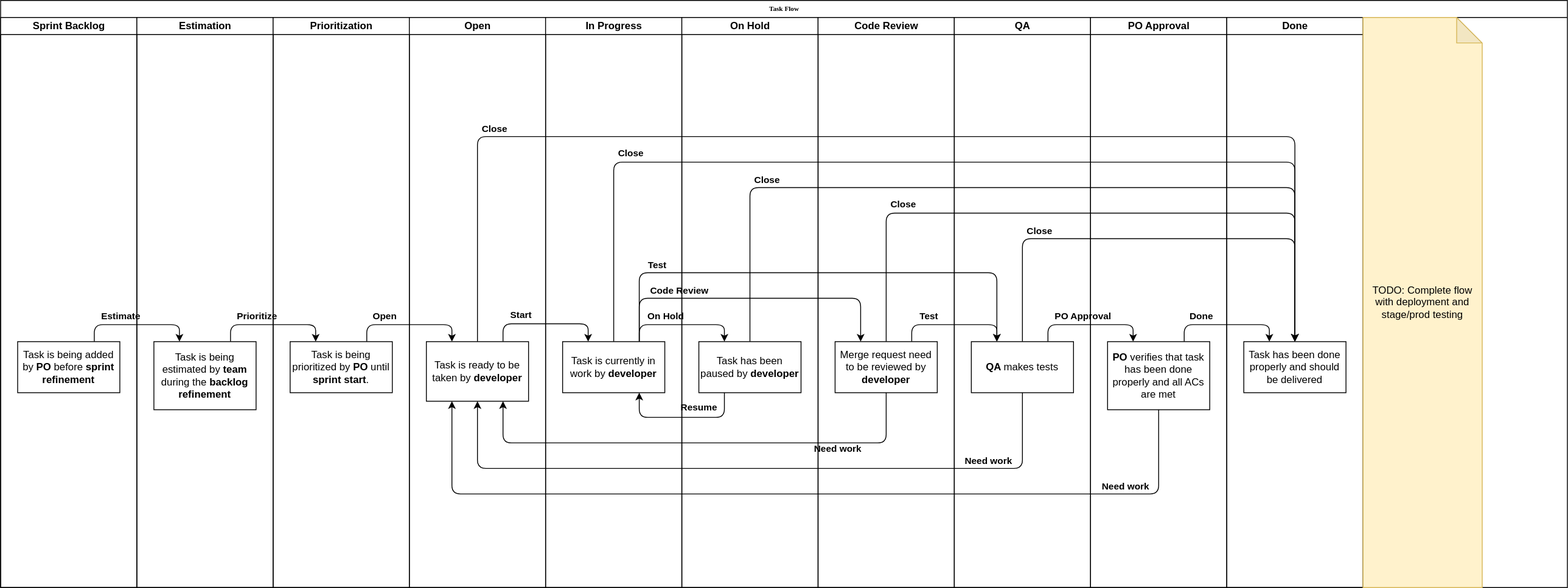
Before: jira/workflow/diagram.svg, a diagram exported from draw.io (avchugaev/diagrams). Source tidied: cells renumbered, new cells last; positions are measured from the earlier drawing's top-left corner, leaving out a move shared by most shapes.
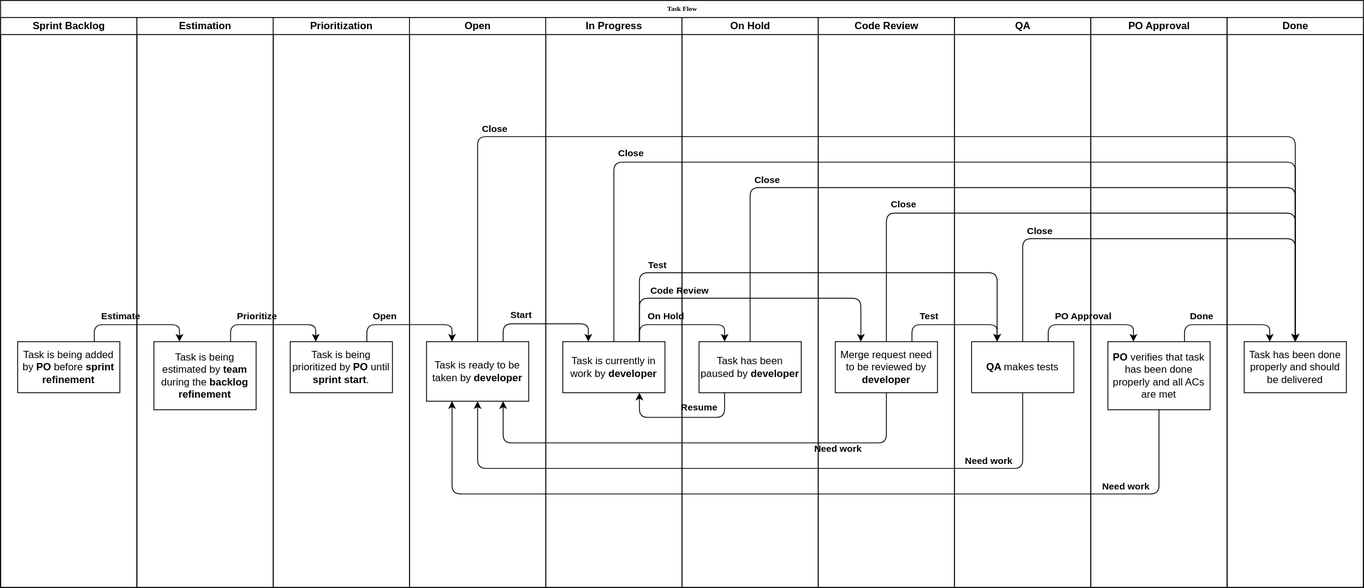
Above is the later version.

Commit message:
feat(jira): workflow diagram

Change to the diagram source:
```diff
@@ -3,7 +3,7 @@
     <mxCell id="0" />
     <mxCell id="1" parent="0" />
     <mxCell id="2" value="Task Flow" style="swimlane;html=1;startSize=20;shadow=0;labelBackgroundColor=none;strokeWidth=1;fontFamily=Verdana;fontSize=8;align=center;" parent="1" vertex="1">
-      <mxGeometry width="1840" height="690" as="geometry" />
+      <mxGeometry width="1600" height="690" as="geometry" />
     </mxCell>
     <mxCell id="3" style="edgeStyle=orthogonalEdgeStyle;jettySize=auto;html=1;exitX=0.5;exitY=1;exitDx=0;exitDy=0;entryX=0.75;entryY=1;entryDx=0;entryDy=0;" parent="2" edge="1" source="54" target="48">
       <mxGeometry relative="1" as="geometry">
@@ -277,8 +277,5 @@
     <mxCell id="60" value="Task has been done properly and should be delivered" style="whiteSpace=wrap;html=1;" parent="59" vertex="1">
       <mxGeometry x="20" y="381" width="120" height="60" as="geometry" />
     </mxCell>
-    <mxCell id="61" value="TODO: Complete flow with deployment and stage/prod testing" style="shape=note;whiteSpace=wrap;html=1;backgroundOutline=1;darkOpacity=0.05;shadow=0;strokeColor=#d6b656;sketch=0;fillColor=#fff2cc;" parent="2" vertex="1">
-      <mxGeometry x="1600" y="20" width="140" height="670" as="geometry" />
-    </mxCell>
   </root>
 </mxGraphModel>
```
